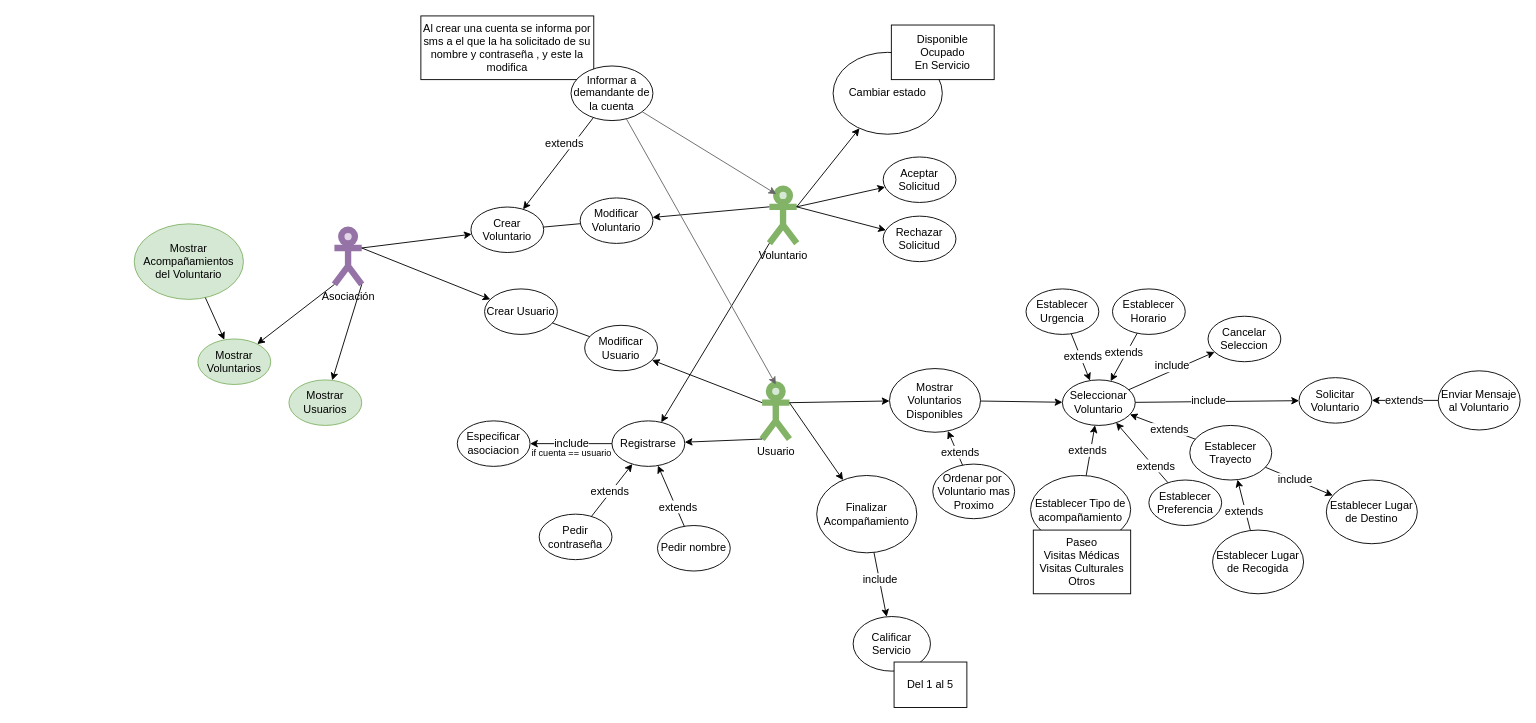
This is Casos.drawio from Millan214/Volunteering-Services, a draw.io file, before an edit. Source tidied: cells renumbered, new cells numbered last; positions are measured from the earlier drawing's top-left corner, leaving out a move shared by most shapes. Both pictures are drawn from the tidied source at 91%, with x=0, y=0 at pixel (134, 15).
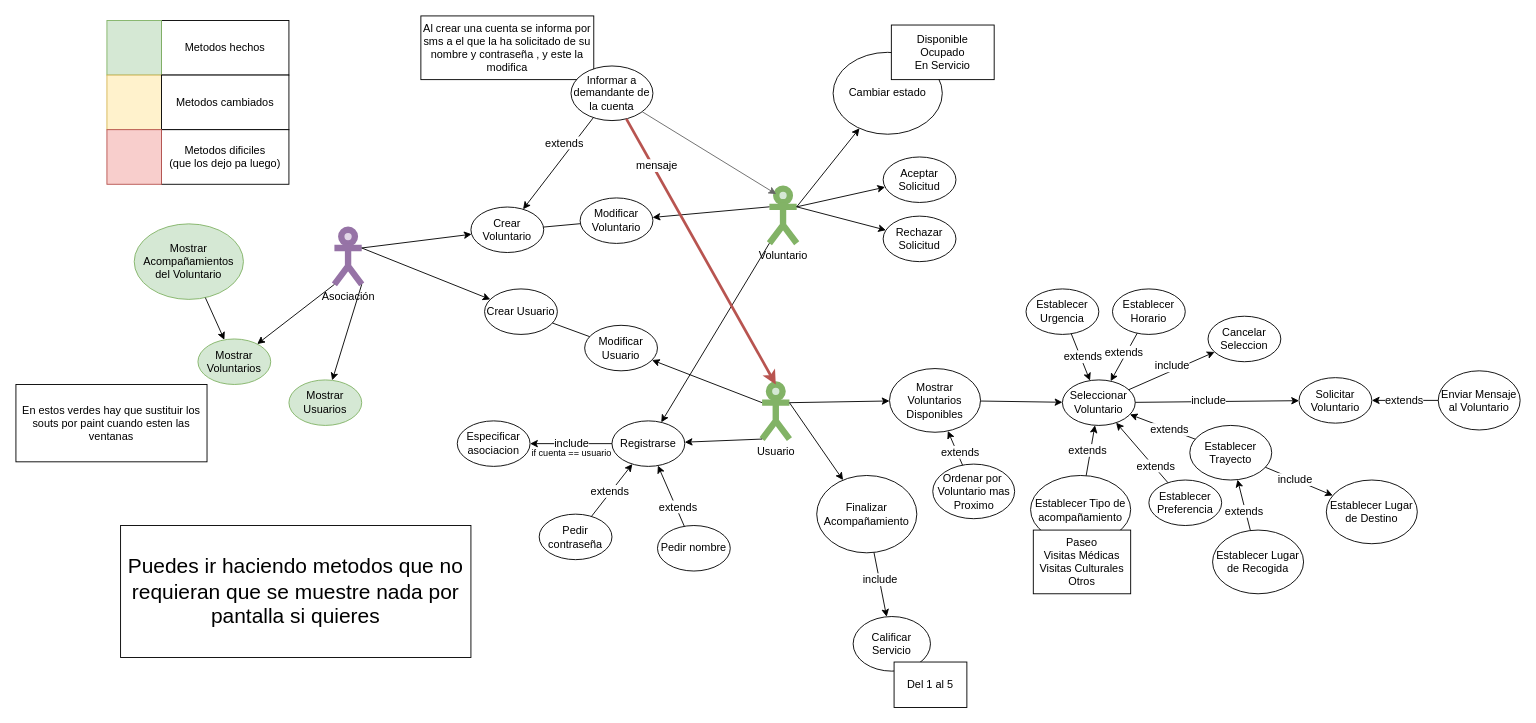
The same page after the edit.

Unchanged cells that the change refers to:
```xml
<mxCell id="2" value="Usuario" style="shape=umlActor;verticalLabelPosition=bottom;labelBackgroundColor=#ffffff;verticalAlign=top;html=1;outlineConnect=0;fillColor=#d5e8d4;strokeColor=#82b366;strokeWidth=7;" parent="1" vertex="1">
  <mxGeometry x="690" y="405" width="30" height="60" as="geometry" />
</mxCell>
<mxCell id="27" value="Informar a demandante de la cuenta" style="ellipse;whiteSpace=wrap;html=1;" parent="1" vertex="1">
  <mxGeometry x="480" y="55" width="90" height="60" as="geometry" />
</mxCell>
```

Change to the diagram source:
```diff
@@
-    <mxCell id="38" style="endArrow=classic;html=1;entryX=0.5;entryY=0;entryDx=0;entryDy=0;entryPerimeter=0;fillColor=#f5f5f5;strokeColor=#666666;" parent="1" edge="1" source="27" target="2">
+    <mxCell id="38" style="endArrow=classic;html=1;entryX=0.5;entryY=0;entryDx=0;entryDy=0;entryPerimeter=0;fillColor=#f8cecc;strokeColor=#b85450;strokeWidth=3;" parent="1" edge="1" source="27" target="2">
       <mxGeometry relative="1" as="geometry" />
     </mxCell>
@@
+    <mxCell id="91" value="Metodos hechos" style="rounded=0;whiteSpace=wrap;html=1;" parent="1" vertex="1">
+      <mxGeometry x="30" y="5" width="140" height="60" as="geometry" />
+    </mxCell>
+    <mxCell id="92" style="rounded=0;whiteSpace=wrap;html=1;fillColor=#d5e8d4;strokeColor=#82b366;" parent="1" vertex="1">
+      <mxGeometry x="-30" y="5" width="60" height="60" as="geometry" />
+    </mxCell>
+    <mxCell id="93" style="rounded=0;whiteSpace=wrap;html=1;fillColor=#fff2cc;strokeColor=#d6b656;" parent="1" vertex="1">
+      <mxGeometry x="-30" y="65" width="60" height="60" as="geometry" />
+    </mxCell>
+    <mxCell id="94" value="Metodos cambiados" style="rounded=0;whiteSpace=wrap;html=1;" parent="1" vertex="1">
+      <mxGeometry x="30" y="65" width="140" height="60" as="geometry" />
+    </mxCell>
+    <mxCell id="95" value="Metodos dificiles&lt;br&gt;(que los dejo pa luego)" style="rounded=0;whiteSpace=wrap;html=1;" parent="1" vertex="1">
+      <mxGeometry x="30" y="125" width="140" height="60" as="geometry" />
+    </mxCell>
+    <mxCell id="96" style="rounded=0;whiteSpace=wrap;html=1;fillColor=#f8cecc;strokeColor=#b85450;" parent="1" vertex="1">
+      <mxGeometry x="-30" y="125" width="60" height="60" as="geometry" />
+    </mxCell>
+    <mxCell id="97" value="&lt;span style=&quot;background-color: rgb(255 , 255 , 255)&quot;&gt;mensaje&lt;/span&gt;" style="text;html=1;align=left;verticalAlign=top;spacingTop=-4;" parent="1" vertex="1">
+      <mxGeometry x="550" y="155" width="60" height="20" as="geometry" />
+    </mxCell>
+    <mxCell id="98" value="En estos verdes hay que sustituir los souts por paint cuando esten las ventanas" style="rounded=0;whiteSpace=wrap;html=1;" parent="1" vertex="1">
+      <mxGeometry x="-130" y="405" width="210" height="85" as="geometry" />
+    </mxCell>
+    <mxCell id="99" value="&lt;font style=&quot;font-size: 23px&quot;&gt;Puedes ir haciendo metodos que no requieran que se muestre nada por pantalla si quieres&lt;/font&gt;" style="rounded=0;whiteSpace=wrap;html=1;" parent="1" vertex="1">
+      <mxGeometry x="-15" y="560" width="385" height="145" as="geometry" />
+    </mxCell>
```
